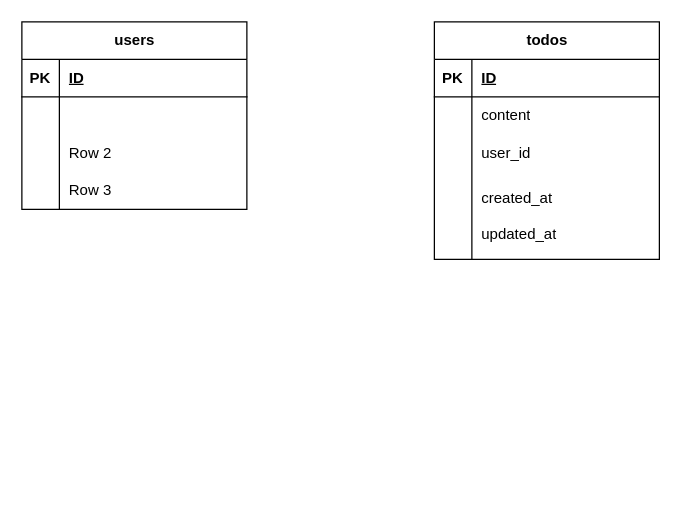
Before: doc/er_diagram.drawio in shiori-nampo/todo, a draw.io diagram. Source tidied: cells renumbered, new cells numbered last; positions are measured from the earlier drawing's top-left corner, leaving out a move shared by most shapes. Both pictures are drawn from the tidied source at 125%, with x=0, y=0 at pixel (21, 21).
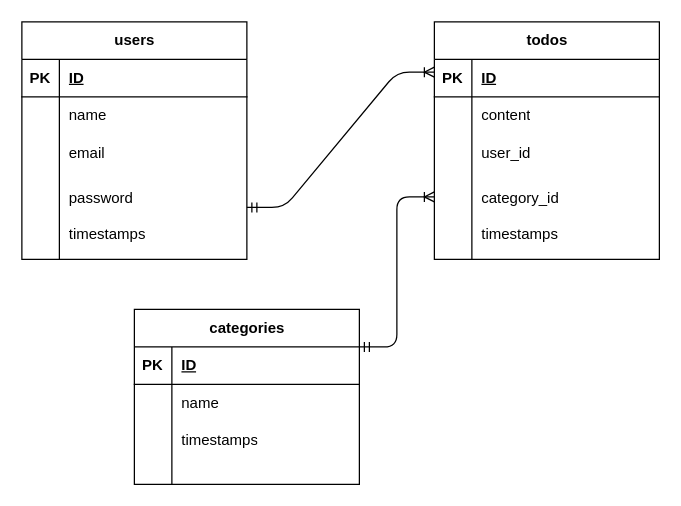
The same diagram, later.

Unchanged cells that the change refers to:
```xml
<mxCell id="6" style="shape=tableRow;horizontal=0;startSize=0;swimlaneHead=0;swimlaneBody=0;fillColor=none;top=0;left=0;right=0;bottom=0;" parent="2" vertex="1">
  <mxGeometry y="60" width="180" height="30" as="geometry" />
</mxCell>
<mxCell id="9" style="shape=tableRow;horizontal=0;startSize=0;swimlaneHead=0;swimlaneBody=0;fillColor=none;top=0;left=0;right=0;bottom=0;" parent="2" vertex="1">
  <mxGeometry y="90" width="180" height="30" as="geometry" />
</mxCell>
<mxCell id="25" style="shape=tableRow;horizontal=0;startSize=0;swimlaneHead=0;swimlaneBody=0;fillColor=none;top=0;left=0;right=0;bottom=0;" parent="15" vertex="1">
  <mxGeometry y="120" width="180" height="70" as="geometry" />
</mxCell>
```

Diff of the diagram source:
```diff
@@
     <mxCell id="2" value="users" style="shape=table;startSize=30;childLayout=tableLayout;rowLines=0;fontStyle=1;align=center;html=1;" parent="1" vertex="1">
-      <mxGeometry width="180" height="150" as="geometry" />
+      <mxGeometry width="180" height="190" as="geometry" />
     </mxCell>
@@
-    <mxCell id="8" style="shape=partialRectangle;fillColor=none;top=0;left=0;bottom=0;right=0;align=left;spacingLeft=6;overflow=hidden;whiteSpace=wrap;html=1;" parent="6" vertex="1">
+    <mxCell id="8" value="name" style="shape=partialRectangle;fillColor=none;top=0;left=0;bottom=0;right=0;align=left;spacingLeft=6;overflow=hidden;whiteSpace=wrap;html=1;" parent="6" vertex="1">
       <mxGeometry x="30" width="150" height="30" as="geometry" />
     </mxCell>
@@
-    <mxCell id="11" value="Row 2" style="shape=partialRectangle;fillColor=none;top=0;left=0;bottom=0;right=0;align=left;spacingLeft=6;overflow=hidden;whiteSpace=wrap;html=1;" parent="9" vertex="1">
+    <mxCell id="11" value="email" style="shape=partialRectangle;fillColor=none;top=0;left=0;bottom=0;right=0;align=left;spacingLeft=6;overflow=hidden;whiteSpace=wrap;html=1;" parent="9" vertex="1">
       <mxGeometry x="30" width="150" height="30" as="geometry" />
     </mxCell>
     <mxCell id="12" style="shape=tableRow;horizontal=0;startSize=0;swimlaneHead=0;swimlaneBody=0;fillColor=none;points=[[0,0.5],[1,0.5]];portConstraint=eastwest;top=0;left=0;right=0;bottom=0;" parent="2" vertex="1">
-      <mxGeometry y="120" width="180" height="30" as="geometry" />
+      <mxGeometry y="120" width="180" height="70" as="geometry" />
     </mxCell>
     <mxCell id="13" style="shape=partialRectangle;fillColor=none;top=0;left=0;bottom=0;right=0;overflow=hidden;whiteSpace=wrap;html=1;" parent="12" vertex="1">
-      <mxGeometry width="30" height="30" as="geometry" />
+      <mxGeometry width="30" height="70" as="geometry" />
     </mxCell>
-    <mxCell id="14" value="Row 3" style="shape=partialRectangle;fillColor=none;top=0;left=0;bottom=0;right=0;align=left;spacingLeft=6;overflow=hidden;whiteSpace=wrap;html=1;" parent="12" vertex="1">
-      <mxGeometry x="30" width="150" height="30" as="geometry" />
+    <mxCell id="14" value="password&lt;div&gt;&lt;br&gt;&lt;/div&gt;&lt;div&gt;timestamps&lt;/div&gt;" style="shape=partialRectangle;fillColor=none;top=0;left=0;bottom=0;right=0;align=left;spacingLeft=6;overflow=hidden;whiteSpace=wrap;html=1;" parent="12" vertex="1">
+      <mxGeometry x="30" width="150" height="70" as="geometry" />
     </mxCell>
@@
-    <mxCell id="27" value="created_at&lt;div&gt;&lt;br&gt;&lt;/div&gt;&lt;div&gt;updated_at&lt;/div&gt;" style="shape=partialRectangle;fillColor=none;top=0;left=0;bottom=0;right=0;align=left;spacingLeft=6;overflow=hidden;whiteSpace=wrap;html=1;" parent="25" vertex="1">
+    <mxCell id="27" value="&lt;div&gt;category_id&lt;/div&gt;&lt;div&gt;&lt;br&gt;&lt;/div&gt;timestamps" style="shape=partialRectangle;fillColor=none;top=0;left=0;bottom=0;right=0;align=left;spacingLeft=6;overflow=hidden;whiteSpace=wrap;html=1;" parent="25" vertex="1">
       <mxGeometry x="30" width="150" height="70" as="geometry" />
     </mxCell>
+    <mxCell id="28" value="categories" style="shape=table;startSize=30;childLayout=tableLayout;rowLines=0;fontStyle=1;align=center;html=1;" parent="1" vertex="1">
+      <mxGeometry x="90" y="230" width="180" height="140" as="geometry" />
+    </mxCell>
+    <mxCell id="29" style="shape=tableRow;horizontal=0;startSize=0;swimlaneHead=0;swimlaneBody=0;fillColor=none;top=0;left=0;right=0;bottom=1;" parent="28" vertex="1">
+      <mxGeometry y="30" width="180" height="30" as="geometry" />
+    </mxCell>
+    <mxCell id="30" value="PK" style="shape=partialRectangle;fillColor=none;top=0;left=0;bottom=0;right=0;fontStyle=1;overflow=hidden;whiteSpace=wrap;html=1;" parent="29" vertex="1">
+      <mxGeometry width="30" height="30" as="geometry" />
+    </mxCell>
+    <mxCell id="31" value="ID" style="shape=partialRectangle;fillColor=none;top=0;left=0;bottom=0;right=0;align=left;spacingLeft=6;fontStyle=5;overflow=hidden;whiteSpace=wrap;html=1;" parent="29" vertex="1">
+      <mxGeometry x="30" width="150" height="30" as="geometry" />
+    </mxCell>
+    <mxCell id="32" style="shape=tableRow;horizontal=0;startSize=0;swimlaneHead=0;swimlaneBody=0;fillColor=none;top=0;left=0;right=0;bottom=0;" parent="28" vertex="1">
+      <mxGeometry y="60" width="180" height="30" as="geometry" />
+    </mxCell>
+    <mxCell id="33" style="shape=partialRectangle;fillColor=none;top=0;left=0;bottom=0;right=0;overflow=hidden;whiteSpace=wrap;html=1;" parent="32" vertex="1">
+      <mxGeometry width="30" height="30" as="geometry" />
+    </mxCell>
+    <mxCell id="34" value="name" style="shape=partialRectangle;fillColor=none;top=0;left=0;bottom=0;right=0;align=left;spacingLeft=6;overflow=hidden;whiteSpace=wrap;html=1;" parent="32" vertex="1">
+      <mxGeometry x="30" width="150" height="30" as="geometry" />
+    </mxCell>
+    <mxCell id="35" style="shape=tableRow;horizontal=0;startSize=0;swimlaneHead=0;swimlaneBody=0;fillColor=none;top=0;left=0;right=0;bottom=0;" parent="28" vertex="1">
+      <mxGeometry y="90" width="180" height="30" as="geometry" />
+    </mxCell>
+    <mxCell id="36" style="shape=partialRectangle;fillColor=none;top=0;left=0;bottom=0;right=0;overflow=hidden;whiteSpace=wrap;html=1;" parent="35" vertex="1">
+      <mxGeometry width="30" height="30" as="geometry" />
+    </mxCell>
+    <mxCell id="37" value="timestamps" style="shape=partialRectangle;fillColor=none;top=0;left=0;bottom=0;right=0;align=left;spacingLeft=6;overflow=hidden;whiteSpace=wrap;html=1;" parent="35" vertex="1">
+      <mxGeometry x="30" width="150" height="30" as="geometry" />
+    </mxCell>
+    <mxCell id="38" style="shape=tableRow;horizontal=0;startSize=0;swimlaneHead=0;swimlaneBody=0;fillColor=none;top=0;left=0;right=0;bottom=0;" parent="28" vertex="1">
+      <mxGeometry y="120" width="180" height="20" as="geometry" />
+    </mxCell>
+    <mxCell id="39" style="shape=partialRectangle;fillColor=none;top=0;left=0;bottom=0;right=0;overflow=hidden;whiteSpace=wrap;html=1;" parent="38" vertex="1">
+      <mxGeometry width="30" height="20" as="geometry" />
+    </mxCell>
+    <mxCell id="40" style="shape=partialRectangle;fillColor=none;top=0;left=0;bottom=0;right=0;align=left;spacingLeft=6;overflow=hidden;whiteSpace=wrap;html=1;" parent="38" vertex="1">
+      <mxGeometry x="30" width="150" height="20" as="geometry" />
+    </mxCell>
+    <mxCell id="41" style="edgeStyle=entityRelationEdgeStyle;fontSize=12;html=1;endArrow=ERoneToMany;startArrow=ERmandOne;entryX=-0.022;entryY=0.183;entryDx=0;entryDy=0;entryPerimeter=0;exitX=1;exitY=0.407;exitDx=0;exitDy=0;exitPerimeter=0;" parent="1" edge="1" source="12">
+      <mxGeometry relative="1" as="geometry">
+        <mxPoint x="330" y="40.2" as="targetPoint" />
+      </mxGeometry>
+    </mxCell>
+    <mxCell id="42" style="edgeStyle=entityRelationEdgeStyle;fontSize=12;html=1;endArrow=ERoneToMany;startArrow=ERmandOne;" parent="1" edge="1">
+      <mxGeometry relative="1" as="geometry">
+        <mxPoint x="270" y="260" as="sourcePoint" />
+        <mxPoint x="330" y="140" as="targetPoint" />
+        <Array as="points">
+          <mxPoint x="310" y="130" />
+        </Array>
+      </mxGeometry>
+    </mxCell>
```
